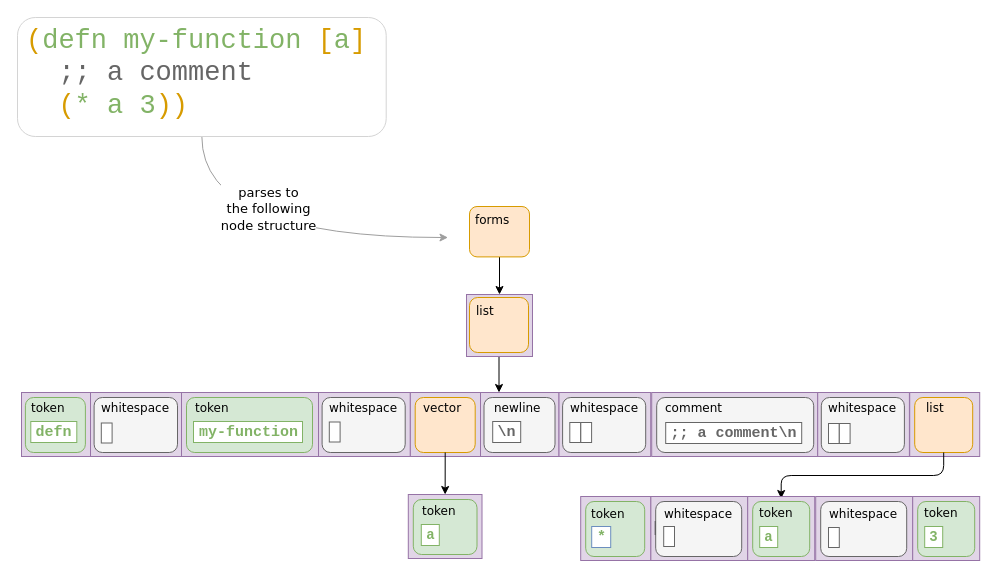
Before: doc/introduction-parsed-nodes.drawio in clj-commons/rewrite-clj, a draw.io diagram. Source tidied: cells renumbered, new cells numbered last; positions are measured from the earlier drawing's top-left corner, leaving out a move shared by most shapes. Both pictures are drawn from the tidied source at 100%, with x=0, y=0 at pixel (17, 17).
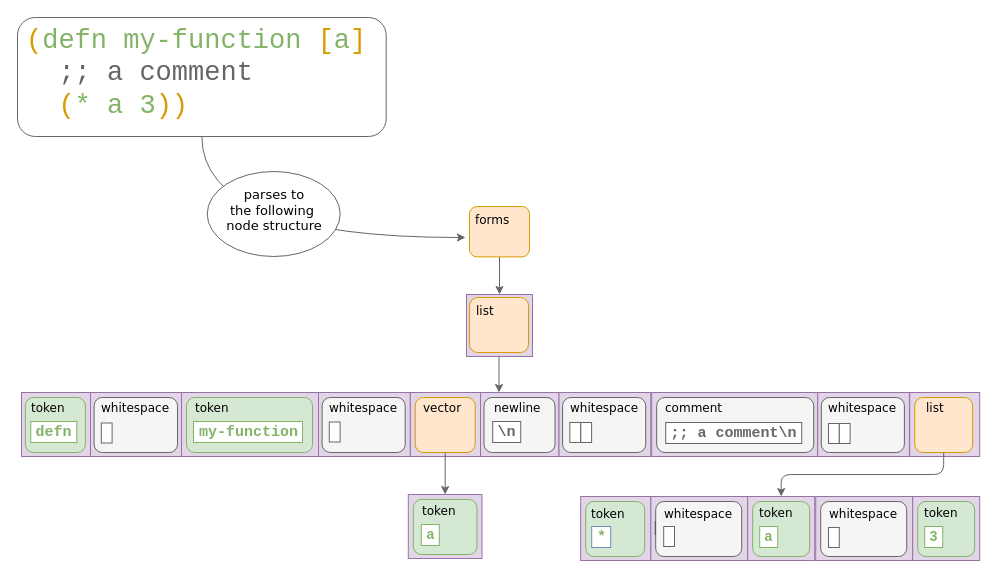
The same diagram, later.

Commit message (it also covers changes not shown here):
Update diagrams to be dark mode friendly

The change refers to these unchanged cells:
```xml
<mxCell id="6" style="rounded=0;whiteSpace=wrap;html=1;comic=0;strokeColor=#9673a6;fillColor=#e1d5e7;align=left;fontSize=14;fontFamily=Courier New;" parent="1" vertex="1">
  <mxGeometry x="461.5" y="375" width="80" height="64" as="geometry" />
</mxCell>
<mxCell id="9" value="&lt;div style=&quot;font-size: 14px&quot;&gt;&lt;br&gt;&lt;/div&gt;" style="rounded=1;whiteSpace=wrap;html=1;verticalAlign=top;align=left;fontSize=14;fontFamily=Courier New;fillColor=#ffe6cc;strokeColor=#d79b00;" parent="1" vertex="1">
  <mxGeometry x="397.7" y="380" width="60" height="55" as="geometry" />
</mxCell>
<mxCell id="12" value="&lt;div style=&quot;font-size: 14px&quot;&gt;&lt;br&gt;&lt;/div&gt;" style="rounded=1;whiteSpace=wrap;html=1;verticalAlign=top;align=left;fontSize=14;fontFamily=Courier New;fillColor=#ffe6cc;strokeColor=#d79b00;" parent="1" vertex="1">
  <mxGeometry x="897.2" y="380" width="58" height="55" as="geometry" />
</mxCell>
<mxCell id="29" style="rounded=0;whiteSpace=wrap;html=1;comic=0;strokeColor=#9673a6;fillColor=#e1d5e7;align=left;fontSize=14;fontFamily=Courier New;" parent="1" vertex="1">
  <mxGeometry x="390.8" y="477" width="73.7" height="64" as="geometry" />
</mxCell>
<mxCell id="37" style="rounded=0;whiteSpace=wrap;html=1;comic=0;strokeColor=#9673a6;fillColor=#e1d5e7;align=left;fontSize=14;fontFamily=Courier New;" parent="1" vertex="1">
  <mxGeometry x="730.2" y="479" width="67" height="64" as="geometry" />
</mxCell>
<mxCell id="39" value="&lt;font face=&quot;Verdana&quot; style=&quot;font-size: 12px;&quot;&gt;token&lt;/font&gt;" style="text;html=1;strokeColor=none;fillColor=none;align=left;verticalAlign=middle;whiteSpace=wrap;rounded=0;comic=0;fontFamily=Courier New;fontSize=12;spacingTop=9;" parent="1" vertex="1">
  <mxGeometry x="740.2" y="481" width="47" height="20" as="geometry" />
</mxCell>
<mxCell id="42" value="&lt;div style=&quot;font-size: 14px&quot;&gt;&lt;br&gt;&lt;/div&gt;" style="rounded=1;whiteSpace=wrap;html=1;verticalAlign=top;align=left;fontSize=14;fontFamily=Courier New;fillColor=#ffe6cc;strokeColor=#d79b00;" parent="41" vertex="1">
  <mxGeometry width="60" height="50.4" as="geometry" />
</mxCell>
<mxCell id="64" style="rounded=0;whiteSpace=wrap;html=1;comic=0;strokeColor=#9673a6;fillColor=#e1d5e7;align=left;fontSize=14;fontFamily=Courier New;" parent="1" vertex="1">
  <mxGeometry x="449" y="277" width="66" height="62" as="geometry" />
</mxCell>
<mxCell id="65" value="&lt;div style=&quot;font-size: 14px&quot;&gt;&lt;br&gt;&lt;/div&gt;" style="rounded=1;whiteSpace=wrap;html=1;verticalAlign=top;align=left;fontSize=14;fontFamily=Courier New;fillColor=#ffe6cc;strokeColor=#d79b00;" parent="1" vertex="1">
  <mxGeometry x="452" y="280" width="59" height="55" as="geometry" />
</mxCell>
```

The edit, as a diff of the source:
```diff
@@
-    <mxCell id="2" style="endArrow=classic;html=1;fontFamily=Courier New;fontSize=12;strokeColor=#9E9E9E;exitX=0.5;exitY=1;exitDx=0;exitDy=0;edgeStyle=orthogonalEdgeStyle;curved=1;" parent="1" edge="1" source="4">
+    <mxCell id="2" style="endArrow=classic;html=1;fontFamily=Courier New;fontSize=12;strokeColor=#666666;exitX=0.5;exitY=1;exitDx=0;exitDy=0;edgeStyle=orthogonalEdgeStyle;curved=1;fillColor=#f5f5f5;" parent="1" edge="1" source="4">
       <mxGeometry relative="1" as="geometry">
-        <mxPoint x="430.5" y="220" as="targetPoint" />
+        <mxPoint x="448" y="220" as="targetPoint" />
         <Array as="points">
           <mxPoint x="184" y="220" />
         </Array>
       </mxGeometry>
     </mxCell>
-    <mxCell id="3" value="&lt;font style=&quot;font-size: 13px&quot; face=&quot;Verdana&quot;&gt;parses to&lt;br&gt;the&amp;nbsp;following &lt;br&gt;node structure&lt;/font&gt;" style="edgeLabel;html=1;align=center;verticalAlign=middle;fontSize=12;fontFamily=Courier New;" parent="2" vertex="1">
-      <mxGeometry x="-0.3" y="2" relative="1" as="geometry">
-        <mxPoint x="45.7" y="-27" as="offset" />
-      </mxGeometry>
-    </mxCell>
-    <mxCell id="4" style="rounded=1;whiteSpace=wrap;html=1;comic=0;fontFamily=Courier New;fontSize=12;align=left;strokeColor=#D4D4D4;glass=0;" parent="1" vertex="1">
+    <mxCell id="4" style="rounded=1;whiteSpace=wrap;html=1;comic=0;fontFamily=Courier New;fontSize=12;align=left;glass=0;strokeColor=#666666;" parent="1" vertex="1">
       <mxGeometry width="368.7" height="119" as="geometry" />
     </mxCell>
@@
-    <mxCell id="7" style="endArrow=classic;html=1;entryX=0.5;entryY=0;entryDx=0;entryDy=0;exitX=0.5;exitY=1;exitDx=0;exitDy=0;fontSize=14;fontFamily=Courier New;" parent="1" edge="1" source="42" target="64">
+    <mxCell id="7" style="endArrow=classic;html=1;entryX=0.5;entryY=0;entryDx=0;entryDy=0;exitX=0.5;exitY=1;exitDx=0;exitDy=0;fontSize=14;fontFamily=Courier New;fillColor=#f5f5f5;strokeColor=#666666;" parent="1" edge="1" source="42" target="64">
       <mxGeometry relative="1" as="geometry" />
     </mxCell>
@@
-    <mxCell id="20" style="endArrow=classic;html=1;fontFamily=Courier New;fontSize=14;exitX=0.5;exitY=1;exitDx=0;exitDy=0;entryX=0.5;entryY=0;entryDx=0;entryDy=0;edgeStyle=orthogonalEdgeStyle;" parent="1" edge="1" source="12" target="39">
+    <mxCell id="20" style="endArrow=classic;html=1;fontFamily=Courier New;fontSize=14;exitX=0.5;exitY=1;exitDx=0;exitDy=0;edgeStyle=orthogonalEdgeStyle;fillColor=#f5f5f5;strokeColor=#666666;entryX=0.5;entryY=0;entryDx=0;entryDy=0;" parent="1" edge="1" source="12" target="37">
       <mxGeometry relative="1" as="geometry" />
     </mxCell>
@@
-    <mxCell id="52" style="endArrow=classic;html=1;fontSize=14;exitX=0.5;exitY=1;exitDx=0;exitDy=0;entryX=0.5;entryY=0;entryDx=0;entryDy=0;fontFamily=Courier New;" parent="1" edge="1" source="9" target="29">
+    <mxCell id="52" style="endArrow=classic;html=1;fontSize=14;exitX=0.5;exitY=1;exitDx=0;exitDy=0;entryX=0.5;entryY=0;entryDx=0;entryDy=0;fontFamily=Courier New;fillColor=#f5f5f5;strokeColor=#666666;" parent="1" edge="1" source="9" target="29">
       <mxGeometry relative="1" as="geometry" />
     </mxCell>
-    <mxCell id="53" style="endArrow=classic;html=1;entryX=0.25;entryY=0;entryDx=0;entryDy=0;exitX=0.5;exitY=1;exitDx=0;exitDy=0;fontSize=14;fontFamily=Courier New;" parent="1" edge="1" source="65" target="6">
+    <mxCell id="53" style="endArrow=classic;html=1;entryX=0.25;entryY=0;entryDx=0;entryDy=0;exitX=0.5;exitY=1;exitDx=0;exitDy=0;fontSize=14;fontFamily=Courier New;fillColor=#f5f5f5;strokeColor=#666666;" parent="1" edge="1" source="65" target="6">
       <mxGeometry relative="1" as="geometry" />
     </mxCell>
@@
+    <mxCell id="84" style="ellipse;whiteSpace=wrap;html=1;strokeColor=#666666;" parent="1" vertex="1">
+      <mxGeometry x="189.7" y="154" width="133" height="85" as="geometry" />
+    </mxCell>
+    <mxCell id="3" value="&lt;span style=&quot;font-family: &amp;#34;verdana&amp;#34; ; font-size: 13px&quot;&gt;parses to&lt;/span&gt;&lt;br style=&quot;font-family: &amp;#34;verdana&amp;#34; ; font-size: 13px&quot;&gt;&lt;span style=&quot;font-family: &amp;#34;verdana&amp;#34; ; font-size: 13px&quot;&gt;the&amp;nbsp;following&amp;nbsp;&lt;/span&gt;&lt;br style=&quot;font-family: &amp;#34;verdana&amp;#34; ; font-size: 13px&quot;&gt;&lt;span style=&quot;font-family: &amp;#34;verdana&amp;#34; ; font-size: 13px&quot;&gt;node structure&lt;/span&gt;" style="text;html=1;strokeColor=none;fillColor=none;align=center;verticalAlign=middle;whiteSpace=wrap;rounded=0;" parent="1" vertex="1">
+      <mxGeometry x="206.7" y="159" width="100" height="68.5" as="geometry" />
+    </mxCell>
```
